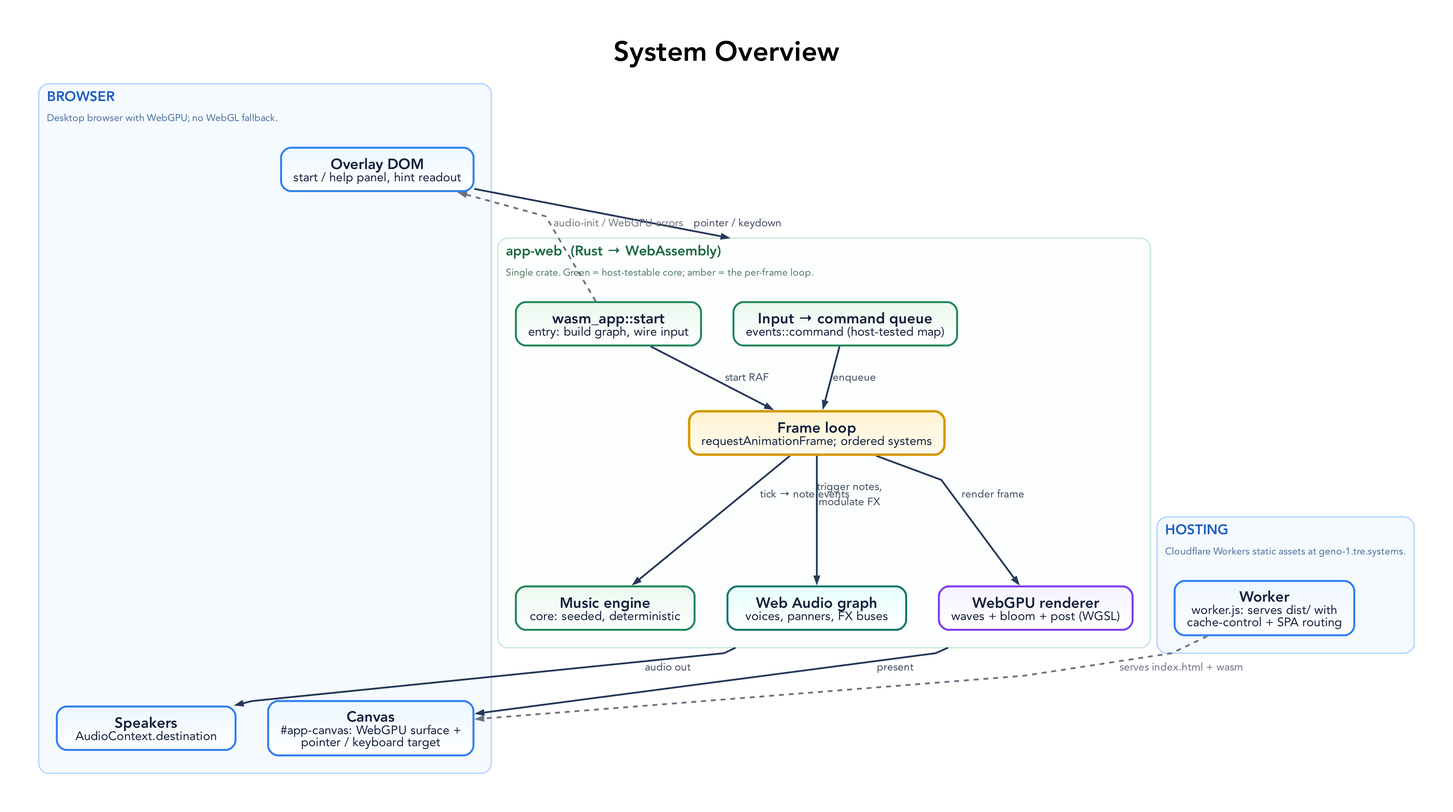
Before: docs/diagrams/system-overview.png, a diagram exported from Graphviz (tre-systems/geno-1). Its source is kept beside it as docs/diagrams/system-overview.dot.
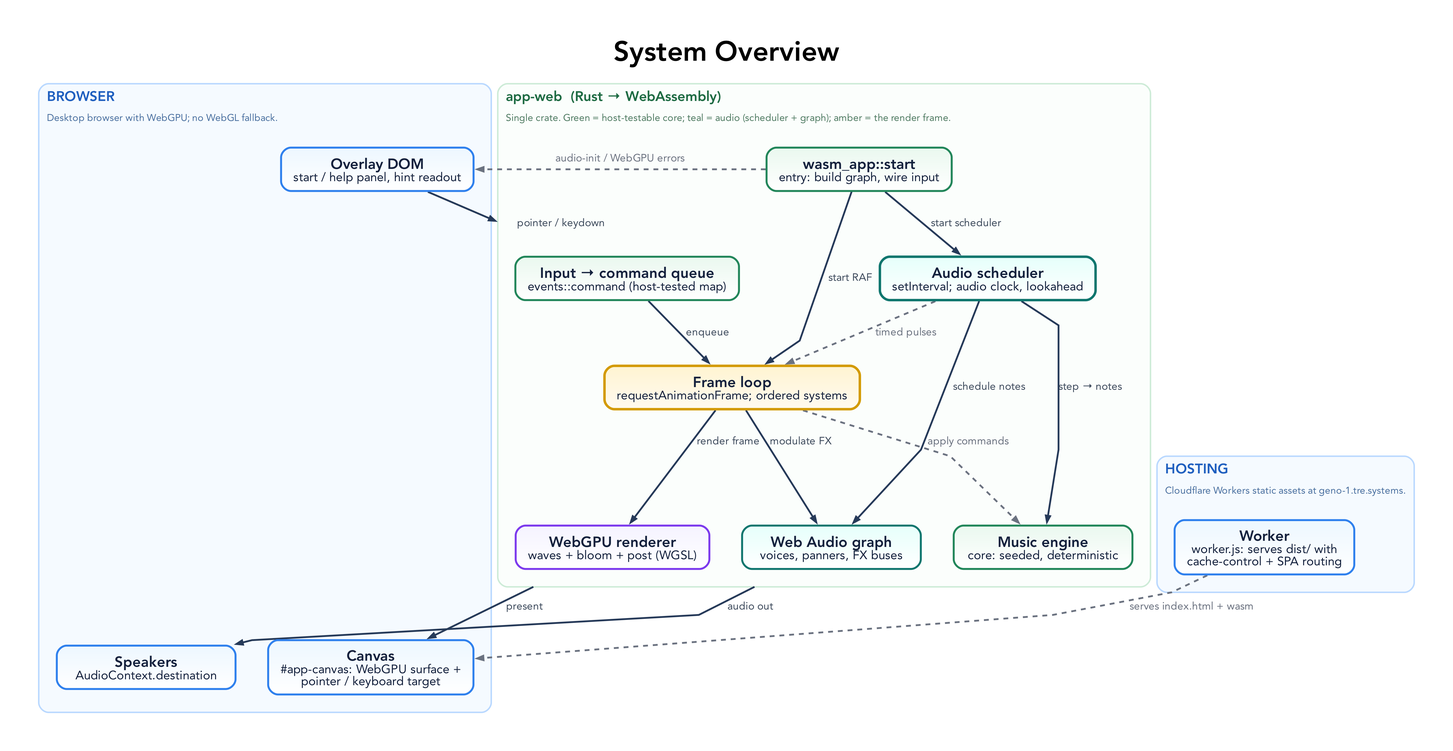
The same file after the commit.

Commit message:
docs: sync architecture docs + diagrams to the audio scheduler

Change to the diagram source:
```diff
@@ -67,7 +67,7 @@
       label=<
         <TABLE BORDER="0" CELLBORDER="0" CELLSPACING="0" CELLPADDING="2">
           <TR><TD ALIGN="LEFT"><FONT POINT-SIZE="17" COLOR="#1e6b43"><B>app-web  (Rust → WebAssembly)</B></FONT></TD></TR>
-          <TR><TD ALIGN="LEFT"><FONT POINT-SIZE="12" COLOR="#4e7a61">Single crate. Green = host-testable core; amber = the per-frame loop.</FONT></TD></TR>
+          <TR><TD ALIGN="LEFT"><FONT POINT-SIZE="12" COLOR="#4e7a61">Single crate. Green = host-testable core; teal = audio (scheduler + graph); amber = the render frame.</FONT></TD></TR>
         </TABLE>
       >,
       labelloc=t, labeljust=l, color="#cdebd7", fillcolor="#fbfefc",
@@ -76,16 +76,20 @@
 
     A1 [label=<<B>wasm_app::start</B><BR/><FONT POINT-SIZE="15">entry: build graph, wire input</FONT>>, fillcolor="#eaf8ef:#ffffff", color="#22865a"];
     A2 [label=<<B>Input → command queue</B><BR/><FONT POINT-SIZE="15">events::command (host-tested map)</FONT>>, fillcolor="#eaf8ef:#ffffff", color="#22865a"];
+    A7 [label=<<B>Audio scheduler</B><BR/><FONT POINT-SIZE="15">setInterval; audio clock, lookahead</FONT>>, fillcolor="#e6fffb:#ffffff", color="#0f766e", penwidth=3.0];
     A3 [label=<<B>Frame loop</B><BR/><FONT POINT-SIZE="15">requestAnimationFrame; ordered systems</FONT>>, fillcolor="#fff4d1:#fffaf0", color="#d39a00", penwidth=3.0];
     A4 [label=<<B>Music engine</B><BR/><FONT POINT-SIZE="15">core: seeded, deterministic</FONT>>, fillcolor="#eaf8ef:#ffffff", color="#22865a"];
     A5 [label=<<B>Web Audio graph</B><BR/><FONT POINT-SIZE="15">voices, panners, FX buses</FONT>>, fillcolor="#e6fffb:#ffffff", color="#0f766e"];
     A6 [label=<<B>WebGPU renderer</B><BR/><FONT POINT-SIZE="15">waves + bloom + post (WGSL)</FONT>>, fillcolor="#f5f3ff:#ffffff", color="#7c3aed"];
 
+    A1 -> A7 [label="start scheduler"];
     A1 -> A3 [label="start RAF"];
-    A1 -> A4 [style=invis];
     A2 -> A3 [label="enqueue"];
-    A3 -> A4 [label="tick → note events"];
-    A3 -> A5 [label="trigger notes,\nmodulate FX"];
+    A7 -> A4 [label="step → notes"];
+    A7 -> A5 [label="schedule notes"];
+    A7 -> A3 [label="timed pulses", style=dashed, color="#6b7280", fontcolor="#6b7280"];
+    A3 -> A4 [label="apply commands", style=dashed, color="#6b7280", fontcolor="#6b7280"];
+    A3 -> A5 [label="modulate FX"];
     A3 -> A6 [label="render frame"];
   }
 
```
